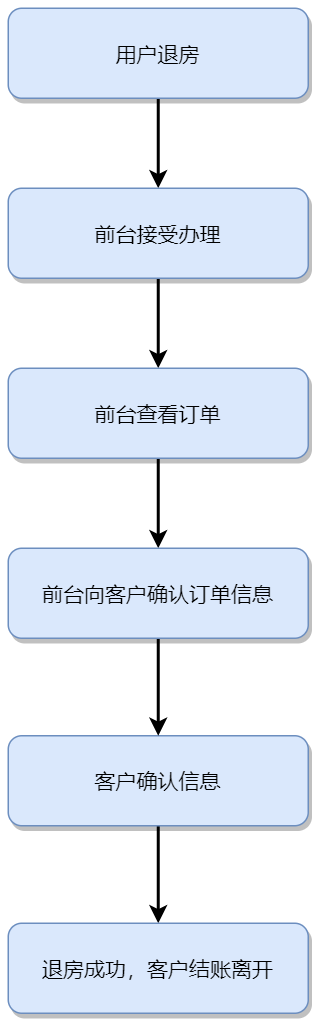
The draw.io diagram docs/src/客户退房.png in AndSonder/smart-hotel-database, before a commit. Source tidied: cells renumbered, new cells last; positions are measured from the earlier drawing's top-left corner, leaving out a move shared by most shapes.
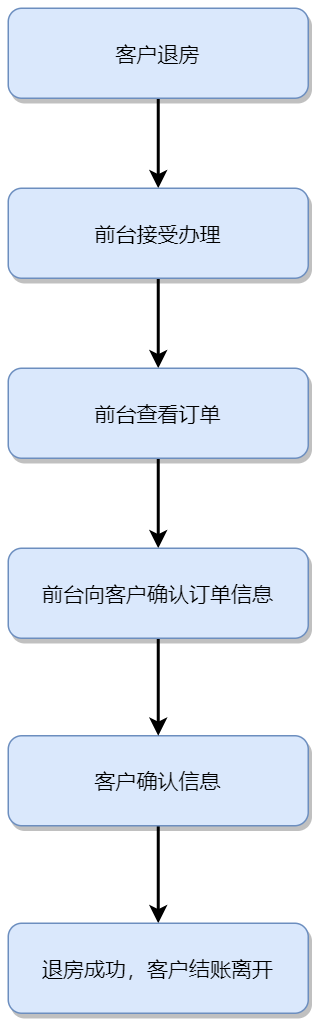
Above is the later version.

The edit, as a diff of the source:
```diff
@@ -5,7 +5,7 @@
     <mxCell id="2" style="edgeStyle=orthogonalEdgeStyle;rounded=0;jettySize=auto;html=1;exitX=0.5;exitY=1;exitDx=0;exitDy=0;strokeWidth=2;" parent="1" edge="1" source="3" target="5">
       <mxGeometry relative="1" as="geometry" />
     </mxCell>
-    <mxCell id="3" value="用户退房" style="rounded=1;fillColor=#dae8fc;strokeColor=#6c8ebf;shadow=1;fontStyle=0;fontSize=14;" parent="1" vertex="1">
+    <mxCell id="3" value="客户退房" style="rounded=1;fillColor=#dae8fc;strokeColor=#6c8ebf;shadow=1;fontStyle=0;fontSize=14;" parent="1" vertex="1">
       <mxGeometry width="200" height="60" as="geometry" />
     </mxCell>
     <mxCell id="4" style="edgeStyle=orthogonalEdgeStyle;rounded=0;jettySize=auto;html=1;exitX=0.5;exitY=1;exitDx=0;exitDy=0;entryX=0.5;entryY=0;entryDx=0;entryDy=0;strokeWidth=2;" parent="1" edge="1" source="5" target="10">
```
